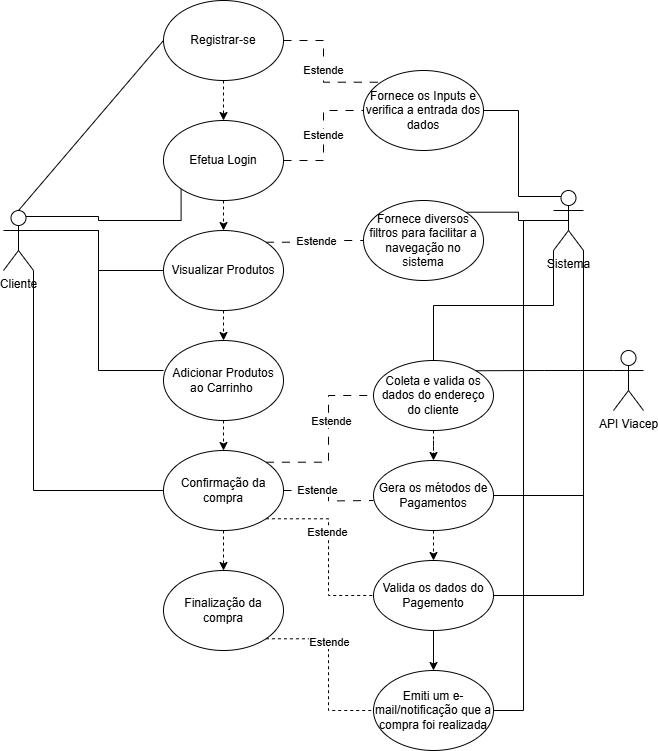
phbrugnolo/software-architecture keeps this draw.io diagram as A1/users-cases/Fluxo de Compra.drawio.png. Above is the earlier version. Source tidied: cells renumbered, new cells last; positions are measured from the earlier drawing's top-left corner, leaving out a move shared by most shapes. The source it was exported from:
```xml
<mxGraphModel>
  <root>
    <mxCell id="0" />
    <mxCell id="1" parent="0" />
    <mxCell id="2" style="rounded=0;jettySize=auto;html=1;exitX=0.5;exitY=0;exitDx=0;exitDy=0;exitPerimeter=0;entryX=0;entryY=0.5;entryDx=0;entryDy=0;endArrow=none;endFill=0;" parent="1" edge="1" source="6" target="9">
      <mxGeometry relative="1" as="geometry" />
    </mxCell>
    <mxCell id="3" style="edgeStyle=orthogonalEdgeStyle;rounded=0;jettySize=auto;html=1;exitX=0.75;exitY=0.1;exitDx=0;exitDy=0;exitPerimeter=0;entryX=0;entryY=0;entryDx=0;entryDy=0;" parent="1" edge="1" source="6" target="12">
      <mxGeometry relative="1" as="geometry" />
    </mxCell>
    <mxCell id="4" style="edgeStyle=orthogonalEdgeStyle;rounded=0;jettySize=auto;html=1;exitX=1;exitY=0.3333333333333333;exitDx=0;exitDy=0;exitPerimeter=0;entryX=0;entryY=0.5;entryDx=0;entryDy=0;endArrow=none;endFill=0;" parent="1" edge="1" source="6" target="16">
      <mxGeometry relative="1" as="geometry" />
    </mxCell>
    <mxCell id="5" style="edgeStyle=orthogonalEdgeStyle;rounded=0;jettySize=auto;html=1;exitX=1;exitY=1;exitDx=0;exitDy=0;exitPerimeter=0;entryX=0;entryY=0.5;entryDx=0;entryDy=0;endArrow=none;endFill=0;" parent="1" edge="1" source="6" target="28">
      <mxGeometry relative="1" as="geometry" />
    </mxCell>
    <mxCell id="6" value="Cliente" style="shape=umlActor;verticalLabelPosition=bottom;verticalAlign=top;html=1;outlineConnect=0;" parent="1" vertex="1">
      <mxGeometry y="210" width="30" height="60" as="geometry" />
    </mxCell>
    <mxCell id="7" style="edgeStyle=orthogonalEdgeStyle;rounded=0;jettySize=auto;html=1;exitX=0.5;exitY=1;exitDx=0;exitDy=0;entryX=0.5;entryY=0;entryDx=0;entryDy=0;dashed=1;" parent="1" edge="1" source="9" target="12">
      <mxGeometry relative="1" as="geometry" />
    </mxCell>
    <mxCell id="8" value="Estende" style="edgeStyle=orthogonalEdgeStyle;rounded=0;jettySize=auto;html=1;exitX=1;exitY=0.5;exitDx=0;exitDy=0;entryX=0;entryY=0;entryDx=0;entryDy=0;dashed=1;dashPattern=8 8;endArrow=none;endFill=0;" parent="1" edge="1" source="9" target="36">
      <mxGeometry relative="1" as="geometry" />
    </mxCell>
    <mxCell id="9" value="Registrar-se" style="ellipse;whiteSpace=wrap;html=1;" parent="1" vertex="1">
      <mxGeometry x="160" width="120" height="80" as="geometry" />
    </mxCell>
    <mxCell id="10" style="edgeStyle=orthogonalEdgeStyle;rounded=0;jettySize=auto;html=1;exitX=0.5;exitY=1;exitDx=0;exitDy=0;entryX=0.5;entryY=0;entryDx=0;entryDy=0;dashed=1;" parent="1" edge="1" source="12" target="16">
      <mxGeometry relative="1" as="geometry" />
    </mxCell>
    <mxCell id="11" value="Estende" style="edgeStyle=orthogonalEdgeStyle;rounded=0;jettySize=auto;html=1;exitX=1;exitY=0.5;exitDx=0;exitDy=0;dashed=1;dashPattern=8 8;endArrow=none;endFill=0;" parent="1" edge="1" source="12" target="36">
      <mxGeometry relative="1" as="geometry" />
    </mxCell>
    <mxCell id="12" value="Efetua Login" style="ellipse;whiteSpace=wrap;html=1;" parent="1" vertex="1">
      <mxGeometry x="160" y="120" width="120" height="80" as="geometry" />
    </mxCell>
    <mxCell id="13" style="edgeStyle=orthogonalEdgeStyle;rounded=0;jettySize=auto;html=1;exitX=0.5;exitY=1;exitDx=0;exitDy=0;entryX=0.5;entryY=0;entryDx=0;entryDy=0;dashed=1;" parent="1" edge="1" source="16" target="18">
      <mxGeometry relative="1" as="geometry" />
    </mxCell>
    <mxCell id="14" style="edgeStyle=orthogonalEdgeStyle;rounded=0;jettySize=auto;html=1;exitX=1;exitY=0;exitDx=0;exitDy=0;entryX=0;entryY=0.5;entryDx=0;entryDy=0;dashed=1;endArrow=none;endFill=0;dashPattern=8 8;" parent="1" edge="1" source="16" target="37">
      <mxGeometry relative="1" as="geometry" />
    </mxCell>
    <mxCell id="15" value="Estende" style="edgeLabel;html=1;align=center;verticalAlign=middle;" parent="14" vertex="1">
      <mxGeometry y="1" relative="1" as="geometry" />
    </mxCell>
    <mxCell id="16" value="Visualizar Produtos" style="ellipse;whiteSpace=wrap;html=1;" parent="1" vertex="1">
      <mxGeometry x="160" y="230" width="120" height="80" as="geometry" />
    </mxCell>
    <mxCell id="17" style="edgeStyle=orthogonalEdgeStyle;rounded=0;jettySize=auto;html=1;exitX=0.5;exitY=1;exitDx=0;exitDy=0;entryX=0.5;entryY=0;entryDx=0;entryDy=0;dashed=1;" parent="1" edge="1" source="18" target="28">
      <mxGeometry relative="1" as="geometry" />
    </mxCell>
    <mxCell id="18" value="Adicionar Produtos ao Carrinho&amp;nbsp;" style="ellipse;whiteSpace=wrap;html=1;" parent="1" vertex="1">
      <mxGeometry x="160" y="340" width="120" height="80" as="geometry" />
    </mxCell>
    <mxCell id="19" style="edgeStyle=orthogonalEdgeStyle;rounded=0;jettySize=auto;html=1;exitX=1;exitY=0.3333333333333333;exitDx=0;exitDy=0;exitPerimeter=0;entryX=0;entryY=0.375;entryDx=0;entryDy=0;entryPerimeter=0;endArrow=none;endFill=0;" parent="1" edge="1" source="6" target="18">
      <mxGeometry relative="1" as="geometry" />
    </mxCell>
    <mxCell id="20" style="edgeStyle=orthogonalEdgeStyle;rounded=0;jettySize=auto;html=1;exitX=1;exitY=0;exitDx=0;exitDy=0;entryX=0;entryY=0.5;entryDx=0;entryDy=0;dashed=1;endArrow=none;endFill=0;dashPattern=8 8;" parent="1" edge="1" source="28" target="39">
      <mxGeometry relative="1" as="geometry" />
    </mxCell>
    <mxCell id="21" value="Text" style="edgeLabel;html=1;align=center;verticalAlign=middle;" parent="20" vertex="1">
      <mxGeometry x="0.22" y="1" relative="1" as="geometry" />
    </mxCell>
    <mxCell id="22" value="Estende" style="edgeLabel;html=1;align=center;verticalAlign=middle;" parent="20" vertex="1">
      <mxGeometry x="0.2" y="-2" relative="1" as="geometry" />
    </mxCell>
    <mxCell id="23" style="edgeStyle=orthogonalEdgeStyle;rounded=0;jettySize=auto;html=1;exitX=1;exitY=0.5;exitDx=0;exitDy=0;dashed=1;dashPattern=8 8;endArrow=none;endFill=0;" parent="1" edge="1" source="28">
      <mxGeometry relative="1" as="geometry">
        <mxPoint x="370" y="500" as="targetPoint" />
      </mxGeometry>
    </mxCell>
    <mxCell id="24" value="Estende" style="edgeLabel;html=1;align=center;verticalAlign=middle;" parent="23" vertex="1">
      <mxGeometry x="-0.34" y="1" relative="1" as="geometry" />
    </mxCell>
    <mxCell id="25" style="edgeStyle=orthogonalEdgeStyle;rounded=0;jettySize=auto;html=1;exitX=1;exitY=1;exitDx=0;exitDy=0;entryX=0;entryY=0.5;entryDx=0;entryDy=0;endArrow=none;endFill=0;dashed=1;" parent="1" edge="1" source="28" target="45">
      <mxGeometry relative="1" as="geometry" />
    </mxCell>
    <mxCell id="26" value="Estende" style="edgeLabel;html=1;align=center;verticalAlign=middle;" parent="25" vertex="1">
      <mxGeometry x="-0.17" y="-2" relative="1" as="geometry" />
    </mxCell>
    <mxCell id="27" style="edgeStyle=orthogonalEdgeStyle;rounded=0;jettySize=auto;html=1;exitX=0.5;exitY=1;exitDx=0;exitDy=0;dashed=1;" parent="1" edge="1" source="28" target="48">
      <mxGeometry relative="1" as="geometry" />
    </mxCell>
    <mxCell id="28" value="Confirmação da compra" style="ellipse;whiteSpace=wrap;html=1;" parent="1" vertex="1">
      <mxGeometry x="160" y="450" width="120" height="80" as="geometry" />
    </mxCell>
    <mxCell id="29" style="edgeStyle=orthogonalEdgeStyle;rounded=0;jettySize=auto;html=1;exitX=0.25;exitY=0.1;exitDx=0;exitDy=0;exitPerimeter=0;entryX=1;entryY=0.5;entryDx=0;entryDy=0;endArrow=none;endFill=0;" parent="1" edge="1" source="35" target="36">
      <mxGeometry relative="1" as="geometry" />
    </mxCell>
    <mxCell id="30" style="edgeStyle=orthogonalEdgeStyle;rounded=0;jettySize=auto;html=1;exitX=0.5;exitY=0.5;exitDx=0;exitDy=0;exitPerimeter=0;entryX=1;entryY=0;entryDx=0;entryDy=0;endArrow=none;endFill=0;" parent="1" edge="1" source="35" target="37">
      <mxGeometry relative="1" as="geometry" />
    </mxCell>
    <mxCell id="31" style="edgeStyle=orthogonalEdgeStyle;rounded=0;jettySize=auto;html=1;exitX=0;exitY=1;exitDx=0;exitDy=0;exitPerimeter=0;endArrow=none;endFill=0;" parent="1" edge="1" source="35" target="39">
      <mxGeometry relative="1" as="geometry" />
    </mxCell>
    <mxCell id="32" style="edgeStyle=orthogonalEdgeStyle;rounded=0;jettySize=auto;html=1;exitX=1;exitY=1;exitDx=0;exitDy=0;exitPerimeter=0;entryX=1;entryY=0.5;entryDx=0;entryDy=0;endArrow=none;endFill=0;" parent="1" edge="1" source="35" target="43">
      <mxGeometry relative="1" as="geometry" />
    </mxCell>
    <mxCell id="33" style="edgeStyle=orthogonalEdgeStyle;rounded=0;jettySize=auto;html=1;exitX=1;exitY=1;exitDx=0;exitDy=0;exitPerimeter=0;entryX=1;entryY=0.5;entryDx=0;entryDy=0;endArrow=none;endFill=0;" parent="1" edge="1" source="35" target="45">
      <mxGeometry relative="1" as="geometry" />
    </mxCell>
    <mxCell id="34" style="edgeStyle=orthogonalEdgeStyle;rounded=0;jettySize=auto;html=1;exitX=0.5;exitY=0.5;exitDx=0;exitDy=0;exitPerimeter=0;entryX=1;entryY=0.5;entryDx=0;entryDy=0;endArrow=none;endFill=0;" parent="1" edge="1" source="35" target="49">
      <mxGeometry relative="1" as="geometry" />
    </mxCell>
    <mxCell id="35" value="Sistema" style="shape=umlActor;verticalLabelPosition=bottom;verticalAlign=top;html=1;outlineConnect=0;" parent="1" vertex="1">
      <mxGeometry x="550" y="190" width="30" height="60" as="geometry" />
    </mxCell>
    <mxCell id="36" value="Fornece os Inputs e verifica a entrada dos dados" style="ellipse;whiteSpace=wrap;html=1;" parent="1" vertex="1">
      <mxGeometry x="360" y="70" width="120" height="80" as="geometry" />
    </mxCell>
    <mxCell id="37" value="Fornece diversos filtros para facilitar a navegação no sistema" style="ellipse;whiteSpace=wrap;html=1;" parent="1" vertex="1">
      <mxGeometry x="360" y="200" width="120" height="80" as="geometry" />
    </mxCell>
    <mxCell id="38" style="edgeStyle=orthogonalEdgeStyle;rounded=0;jettySize=auto;html=1;exitX=0.5;exitY=1;exitDx=0;exitDy=0;dashed=1;" parent="1" edge="1" source="39" target="43">
      <mxGeometry relative="1" as="geometry" />
    </mxCell>
    <mxCell id="39" value="Coleta e valida os dados do endereço do cliente" style="ellipse;whiteSpace=wrap;html=1;" parent="1" vertex="1">
      <mxGeometry x="370" y="360" width="120" height="70" as="geometry" />
    </mxCell>
    <mxCell id="40" style="edgeStyle=orthogonalEdgeStyle;rounded=0;jettySize=auto;html=1;exitX=0;exitY=0.3333333333333333;exitDx=0;exitDy=0;exitPerimeter=0;entryX=1;entryY=0;entryDx=0;entryDy=0;endArrow=none;endFill=0;" parent="1" edge="1" source="41" target="39">
      <mxGeometry relative="1" as="geometry" />
    </mxCell>
    <mxCell id="41" value="API Viacep" style="shape=umlActor;verticalLabelPosition=bottom;verticalAlign=top;html=1;outlineConnect=0;" parent="1" vertex="1">
      <mxGeometry x="610" y="350" width="30" height="60" as="geometry" />
    </mxCell>
    <mxCell id="42" style="edgeStyle=orthogonalEdgeStyle;rounded=0;jettySize=auto;html=1;exitX=0.5;exitY=1;exitDx=0;exitDy=0;entryX=0.5;entryY=0;entryDx=0;entryDy=0;dashed=1;" parent="1" edge="1" source="43" target="45">
      <mxGeometry relative="1" as="geometry" />
    </mxCell>
    <mxCell id="43" value="Gera os métodos de Pagamentos" style="ellipse;whiteSpace=wrap;html=1;" parent="1" vertex="1">
      <mxGeometry x="370" y="460" width="120" height="70" as="geometry" />
    </mxCell>
    <mxCell id="44" style="edgeStyle=orthogonalEdgeStyle;rounded=0;jettySize=auto;html=1;exitX=0.5;exitY=1;exitDx=0;exitDy=0;entryX=0.5;entryY=0;entryDx=0;entryDy=0;" parent="1" edge="1" source="45" target="49">
      <mxGeometry relative="1" as="geometry" />
    </mxCell>
    <mxCell id="45" value="Valida os dados do Pagemento" style="ellipse;whiteSpace=wrap;html=1;" parent="1" vertex="1">
      <mxGeometry x="370" y="560" width="120" height="70" as="geometry" />
    </mxCell>
    <mxCell id="46" style="edgeStyle=orthogonalEdgeStyle;rounded=0;jettySize=auto;html=1;exitX=1;exitY=1;exitDx=0;exitDy=0;entryX=0;entryY=0.5;entryDx=0;entryDy=0;dashed=1;endArrow=none;endFill=0;" parent="1" edge="1" source="48" target="49">
      <mxGeometry relative="1" as="geometry" />
    </mxCell>
    <mxCell id="47" value="Estende" style="edgeLabel;html=1;align=center;verticalAlign=middle;" parent="46" vertex="1">
      <mxGeometry x="-0.26" relative="1" as="geometry" />
    </mxCell>
    <mxCell id="48" value="Finalização da compra" style="ellipse;whiteSpace=wrap;html=1;" parent="1" vertex="1">
      <mxGeometry x="160" y="570" width="120" height="80" as="geometry" />
    </mxCell>
    <mxCell id="49" value="Emiti um e-mail/notificação que a compra foi realizada" style="ellipse;whiteSpace=wrap;html=1;" parent="1" vertex="1">
      <mxGeometry x="370" y="670" width="120" height="80" as="geometry" />
    </mxCell>
  </root>
</mxGraphModel>
```
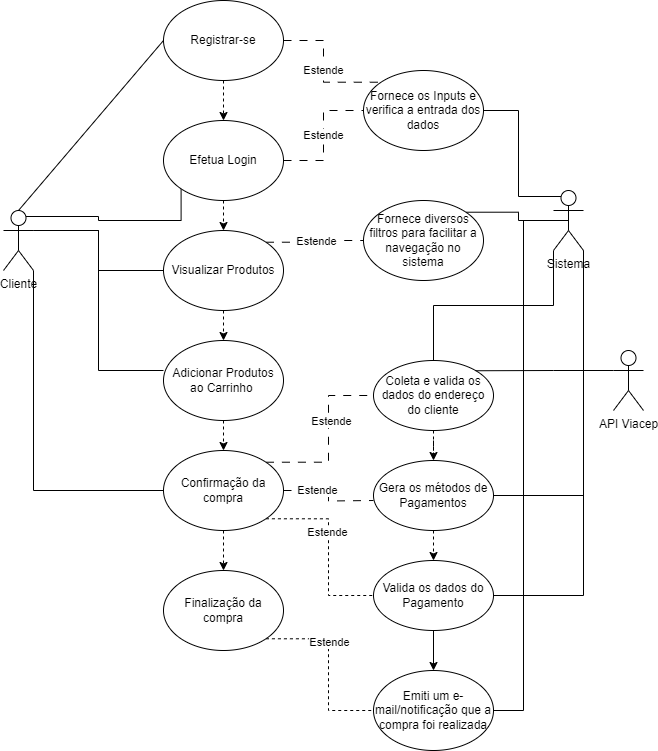
The same diagram one commit later.

Commit message:
Ajustes nos fluxogramas

Diff of the diagram source:
```diff
@@ -133,7 +133,7 @@
     <mxCell id="44" style="edgeStyle=orthogonalEdgeStyle;rounded=0;jettySize=auto;html=1;exitX=0.5;exitY=1;exitDx=0;exitDy=0;entryX=0.5;entryY=0;entryDx=0;entryDy=0;" parent="1" edge="1" source="45" target="49">
       <mxGeometry relative="1" as="geometry" />
     </mxCell>
-    <mxCell id="45" value="Valida os dados do Pagemento" style="ellipse;whiteSpace=wrap;html=1;" parent="1" vertex="1">
+    <mxCell id="45" value="Valida os dados do Pagamento" style="ellipse;whiteSpace=wrap;html=1;" parent="1" vertex="1">
       <mxGeometry x="370" y="560" width="120" height="70" as="geometry" />
     </mxCell>
     <mxCell id="46" style="edgeStyle=orthogonalEdgeStyle;rounded=0;jettySize=auto;html=1;exitX=1;exitY=1;exitDx=0;exitDy=0;entryX=0;entryY=0.5;entryDx=0;entryDy=0;dashed=1;endArrow=none;endFill=0;" parent="1" edge="1" source="48" target="49">
```
